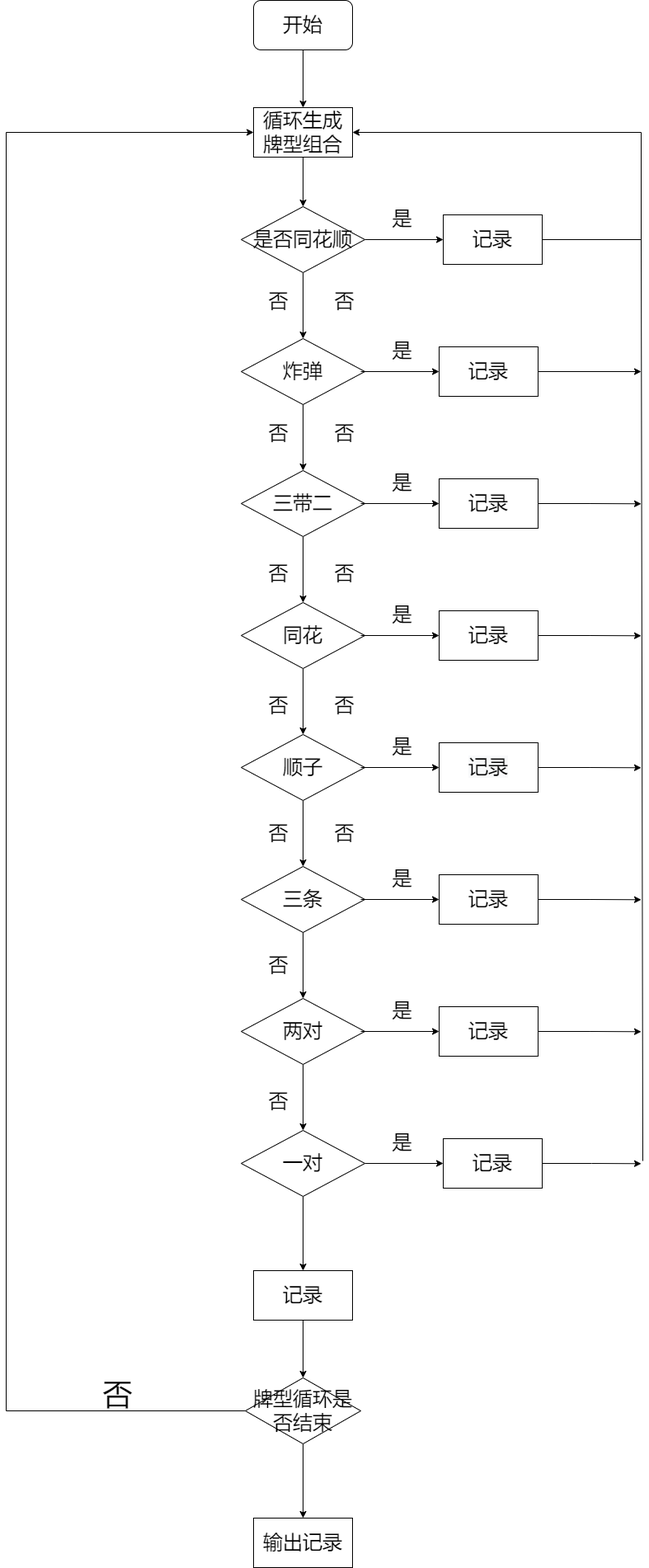
Above: Untitled Diagram.drawio.png in whitesweater/first_ (draw.io), before the change. Source tidied: cells renumbered, new cells last; positions are measured from the earlier drawing's top-left corner, leaving out a move shared by most shapes. The source it was exported from:
```xml
<mxGraphModel>
  <root>
    <mxCell id="0" />
    <mxCell id="1" parent="0" />
    <mxCell id="2" value="&lt;font style=&quot;font-size: 24px&quot;&gt;开始&lt;/font&gt;" style="rounded=1;whiteSpace=wrap;html=1;" parent="1" vertex="1">
      <mxGeometry x="300" width="120" height="60" as="geometry" />
    </mxCell>
    <mxCell id="3" style="endArrow=classic;html=1;rounded=0;fontSize=24;exitX=0.5;exitY=1;exitDx=0;exitDy=0;" parent="1" edge="1" source="2">
      <mxGeometry relative="1" as="geometry">
        <mxPoint x="360" y="130" as="targetPoint" />
      </mxGeometry>
    </mxCell>
    <mxCell id="4" value="循环生成牌型组合" style="rounded=0;whiteSpace=wrap;html=1;fontSize=24;" parent="1" vertex="1">
      <mxGeometry x="300" y="130" width="120" height="60" as="geometry" />
    </mxCell>
    <mxCell id="5" style="endArrow=classic;html=1;rounded=0;fontSize=24;exitX=0.5;exitY=1;exitDx=0;exitDy=0;" parent="1" edge="1" source="4">
      <mxGeometry relative="1" as="geometry">
        <mxPoint x="360" y="250" as="targetPoint" />
      </mxGeometry>
    </mxCell>
    <mxCell id="6" style="edgeStyle=orthogonalEdgeStyle;rounded=0;jettySize=auto;html=1;fontSize=24;" parent="1" edge="1" source="8" target="10">
      <mxGeometry relative="1" as="geometry" />
    </mxCell>
    <mxCell id="7" style="edgeStyle=orthogonalEdgeStyle;rounded=0;jettySize=auto;html=1;fontSize=24;" parent="1" edge="1" source="8" target="32">
      <mxGeometry relative="1" as="geometry" />
    </mxCell>
    <mxCell id="8" value="是否同花顺" style="rhombus;whiteSpace=wrap;html=1;fontSize=24;" parent="1" vertex="1">
      <mxGeometry x="285" y="250" width="150" height="80" as="geometry" />
    </mxCell>
    <mxCell id="9" style="edgeStyle=orthogonalEdgeStyle;rounded=0;jettySize=auto;html=1;fontSize=24;" parent="1" edge="1" source="10" target="12">
      <mxGeometry relative="1" as="geometry" />
    </mxCell>
    <mxCell id="10" value="炸弹" style="rhombus;whiteSpace=wrap;html=1;fontSize=24;" parent="1" vertex="1">
      <mxGeometry x="285" y="410" width="150" height="80" as="geometry" />
    </mxCell>
    <mxCell id="11" style="edgeStyle=orthogonalEdgeStyle;rounded=0;jettySize=auto;html=1;fontSize=24;" parent="1" edge="1" source="12" target="14">
      <mxGeometry relative="1" as="geometry" />
    </mxCell>
    <mxCell id="12" value="三带二" style="rhombus;whiteSpace=wrap;html=1;fontSize=24;" parent="1" vertex="1">
      <mxGeometry x="285" y="570" width="150" height="80" as="geometry" />
    </mxCell>
    <mxCell id="13" style="edgeStyle=orthogonalEdgeStyle;rounded=0;jettySize=auto;html=1;fontSize=24;" parent="1" edge="1" source="14" target="16">
      <mxGeometry relative="1" as="geometry" />
    </mxCell>
    <mxCell id="14" value="同花" style="rhombus;whiteSpace=wrap;html=1;fontSize=24;" parent="1" vertex="1">
      <mxGeometry x="285" y="730" width="150" height="80" as="geometry" />
    </mxCell>
    <mxCell id="15" style="edgeStyle=orthogonalEdgeStyle;rounded=0;jettySize=auto;html=1;fontSize=24;" parent="1" edge="1" source="16" target="18">
      <mxGeometry relative="1" as="geometry" />
    </mxCell>
    <mxCell id="16" value="顺子" style="rhombus;whiteSpace=wrap;html=1;fontSize=24;" parent="1" vertex="1">
      <mxGeometry x="285" y="890" width="150" height="80" as="geometry" />
    </mxCell>
    <mxCell id="17" style="edgeStyle=orthogonalEdgeStyle;rounded=0;jettySize=auto;html=1;fontSize=24;" parent="1" edge="1" source="18" target="20">
      <mxGeometry relative="1" as="geometry" />
    </mxCell>
    <mxCell id="18" value="三条" style="rhombus;whiteSpace=wrap;html=1;fontSize=24;" parent="1" vertex="1">
      <mxGeometry x="285" y="1050" width="150" height="80" as="geometry" />
    </mxCell>
    <mxCell id="19" style="edgeStyle=orthogonalEdgeStyle;rounded=0;jettySize=auto;html=1;fontSize=24;" parent="1" edge="1" source="20" target="23">
      <mxGeometry relative="1" as="geometry" />
    </mxCell>
    <mxCell id="20" value="两对" style="rhombus;whiteSpace=wrap;html=1;fontSize=24;" parent="1" vertex="1">
      <mxGeometry x="285" y="1210" width="150" height="80" as="geometry" />
    </mxCell>
    <mxCell id="21" style="edgeStyle=orthogonalEdgeStyle;rounded=0;jettySize=auto;html=1;fontSize=24;" parent="1" edge="1" source="23" target="52">
      <mxGeometry relative="1" as="geometry" />
    </mxCell>
    <mxCell id="22" style="edgeStyle=orthogonalEdgeStyle;rounded=0;jettySize=auto;html=1;fontSize=24;" parent="1" edge="1" source="23" target="62">
      <mxGeometry relative="1" as="geometry" />
    </mxCell>
    <mxCell id="23" value="一对" style="rhombus;whiteSpace=wrap;html=1;fontSize=24;" parent="1" vertex="1">
      <mxGeometry x="285" y="1370" width="150" height="80" as="geometry" />
    </mxCell>
    <mxCell id="24" value="否" style="text;html=1;align=center;verticalAlign=middle;strokeColor=none;fillColor=none;fontSize=24;" parent="1" vertex="1">
      <mxGeometry x="390" y="350" width="40" height="30" as="geometry" />
    </mxCell>
    <mxCell id="25" value="否" style="text;html=1;align=center;verticalAlign=middle;strokeColor=none;fillColor=none;fontSize=24;" parent="1" vertex="1">
      <mxGeometry x="390" y="510" width="40" height="30" as="geometry" />
    </mxCell>
    <mxCell id="26" value="否" style="text;html=1;align=center;verticalAlign=middle;strokeColor=none;fillColor=none;fontSize=24;" parent="1" vertex="1">
      <mxGeometry x="390" y="680" width="40" height="30" as="geometry" />
    </mxCell>
    <mxCell id="27" value="否" style="text;html=1;align=center;verticalAlign=middle;strokeColor=none;fillColor=none;fontSize=24;" parent="1" vertex="1">
      <mxGeometry x="390" y="840" width="40" height="30" as="geometry" />
    </mxCell>
    <mxCell id="28" value="否" style="text;html=1;align=center;verticalAlign=middle;strokeColor=none;fillColor=none;fontSize=24;" parent="1" vertex="1">
      <mxGeometry x="390" y="995" width="40" height="30" as="geometry" />
    </mxCell>
    <mxCell id="29" value="否" style="text;html=1;align=center;verticalAlign=middle;strokeColor=none;fillColor=none;fontSize=24;" parent="1" vertex="1">
      <mxGeometry x="310" y="1155" width="40" height="30" as="geometry" />
    </mxCell>
    <mxCell id="30" value="否" style="text;html=1;align=center;verticalAlign=middle;strokeColor=none;fillColor=none;fontSize=24;" parent="1" vertex="1">
      <mxGeometry x="310" y="1320" width="40" height="30" as="geometry" />
    </mxCell>
    <mxCell id="31" style="edgeStyle=orthogonalEdgeStyle;rounded=0;jettySize=auto;html=1;entryX=1;entryY=0.5;entryDx=0;entryDy=0;fontSize=36;" parent="1" edge="1" source="32" target="4">
      <mxGeometry relative="1" as="geometry">
        <Array as="points">
          <mxPoint x="770" y="290" />
          <mxPoint x="770" y="160" />
        </Array>
      </mxGeometry>
    </mxCell>
    <mxCell id="32" value="记录" style="whiteSpace=wrap;html=1;fontSize=24;" parent="1" vertex="1">
      <mxGeometry x="530" y="260" width="120" height="60" as="geometry" />
    </mxCell>
    <mxCell id="33" style="edgeStyle=orthogonalEdgeStyle;rounded=0;jettySize=auto;html=1;fontSize=24;" parent="1" edge="1" target="35">
      <mxGeometry relative="1" as="geometry">
        <mxPoint x="430" y="450" as="sourcePoint" />
      </mxGeometry>
    </mxCell>
    <mxCell id="34" style="edgeStyle=orthogonalEdgeStyle;rounded=0;jettySize=auto;html=1;exitX=1;exitY=0.5;exitDx=0;exitDy=0;fontSize=36;" parent="1" edge="1" source="35">
      <mxGeometry relative="1" as="geometry">
        <mxPoint x="770" y="450" as="targetPoint" />
      </mxGeometry>
    </mxCell>
    <mxCell id="35" value="&lt;span&gt;记录&lt;/span&gt;" style="whiteSpace=wrap;html=1;fontSize=24;" parent="1" vertex="1">
      <mxGeometry x="525" y="420" width="120" height="60" as="geometry" />
    </mxCell>
    <mxCell id="36" style="edgeStyle=orthogonalEdgeStyle;rounded=0;jettySize=auto;html=1;fontSize=24;" parent="1" edge="1" target="38">
      <mxGeometry relative="1" as="geometry">
        <mxPoint x="430" y="610" as="sourcePoint" />
      </mxGeometry>
    </mxCell>
    <mxCell id="37" style="edgeStyle=orthogonalEdgeStyle;rounded=0;jettySize=auto;html=1;exitX=1;exitY=0.5;exitDx=0;exitDy=0;fontSize=36;" parent="1" edge="1" source="38">
      <mxGeometry relative="1" as="geometry">
        <mxPoint x="770" y="610.3" as="targetPoint" />
      </mxGeometry>
    </mxCell>
    <mxCell id="38" value="&lt;span&gt;记录&lt;/span&gt;" style="whiteSpace=wrap;html=1;fontSize=24;" parent="1" vertex="1">
      <mxGeometry x="525" y="580" width="120" height="60" as="geometry" />
    </mxCell>
    <mxCell id="39" style="edgeStyle=orthogonalEdgeStyle;rounded=0;jettySize=auto;html=1;fontSize=24;" parent="1" edge="1" target="41">
      <mxGeometry relative="1" as="geometry">
        <mxPoint x="430" y="770" as="sourcePoint" />
      </mxGeometry>
    </mxCell>
    <mxCell id="40" style="edgeStyle=orthogonalEdgeStyle;rounded=0;jettySize=auto;html=1;exitX=1;exitY=0.5;exitDx=0;exitDy=0;fontSize=36;" parent="1" edge="1" source="41">
      <mxGeometry relative="1" as="geometry">
        <mxPoint x="770" y="770.3" as="targetPoint" />
      </mxGeometry>
    </mxCell>
    <mxCell id="41" value="&lt;span&gt;记录&lt;/span&gt;" style="whiteSpace=wrap;html=1;fontSize=24;" parent="1" vertex="1">
      <mxGeometry x="525" y="740" width="120" height="60" as="geometry" />
    </mxCell>
    <mxCell id="42" style="edgeStyle=orthogonalEdgeStyle;rounded=0;jettySize=auto;html=1;fontSize=24;" parent="1" edge="1" target="44">
      <mxGeometry relative="1" as="geometry">
        <mxPoint x="430" y="930" as="sourcePoint" />
      </mxGeometry>
    </mxCell>
    <mxCell id="43" style="edgeStyle=orthogonalEdgeStyle;rounded=0;jettySize=auto;html=1;exitX=1;exitY=0.5;exitDx=0;exitDy=0;fontSize=36;" parent="1" edge="1" source="44">
      <mxGeometry relative="1" as="geometry">
        <mxPoint x="770" y="930.3" as="targetPoint" />
      </mxGeometry>
    </mxCell>
    <mxCell id="44" value="&#10;&#10;&lt;span style=&quot;color: rgb(0, 0, 0); font-family: helvetica; font-size: 24px; font-style: normal; font-weight: 400; letter-spacing: normal; text-align: center; text-indent: 0px; text-transform: none; word-spacing: 0px; background-color: rgb(248, 249, 250); display: inline; float: none;&quot;&gt;记录&lt;/span&gt;&#10;&#10;" style="whiteSpace=wrap;html=1;fontSize=24;" parent="1" vertex="1">
      <mxGeometry x="525" y="900" width="120" height="60" as="geometry" />
    </mxCell>
    <mxCell id="45" style="edgeStyle=orthogonalEdgeStyle;rounded=0;jettySize=auto;html=1;fontSize=24;" parent="1" edge="1" target="47">
      <mxGeometry relative="1" as="geometry">
        <mxPoint x="430" y="1090" as="sourcePoint" />
      </mxGeometry>
    </mxCell>
    <mxCell id="46" style="edgeStyle=orthogonalEdgeStyle;rounded=0;jettySize=auto;html=1;exitX=1;exitY=0.5;exitDx=0;exitDy=0;fontSize=36;" parent="1" edge="1" source="47">
      <mxGeometry relative="1" as="geometry">
        <mxPoint x="770" y="1090.3" as="targetPoint" />
      </mxGeometry>
    </mxCell>
    <mxCell id="47" value="&lt;span&gt;记录&lt;/span&gt;" style="whiteSpace=wrap;html=1;fontSize=24;" parent="1" vertex="1">
      <mxGeometry x="525" y="1060" width="120" height="60" as="geometry" />
    </mxCell>
    <mxCell id="48" style="edgeStyle=orthogonalEdgeStyle;rounded=0;jettySize=auto;html=1;fontSize=24;" parent="1" edge="1" target="50">
      <mxGeometry relative="1" as="geometry">
        <mxPoint x="430" y="1250" as="sourcePoint" />
      </mxGeometry>
    </mxCell>
    <mxCell id="49" style="edgeStyle=orthogonalEdgeStyle;rounded=0;jettySize=auto;html=1;exitX=1;exitY=0.5;exitDx=0;exitDy=0;fontSize=36;" parent="1" edge="1" source="50">
      <mxGeometry relative="1" as="geometry">
        <mxPoint x="770" y="1250.3" as="targetPoint" />
      </mxGeometry>
    </mxCell>
    <mxCell id="50" value="&lt;span&gt;记录&lt;/span&gt;" style="whiteSpace=wrap;html=1;fontSize=24;" parent="1" vertex="1">
      <mxGeometry x="525" y="1220" width="120" height="60" as="geometry" />
    </mxCell>
    <mxCell id="51" style="edgeStyle=orthogonalEdgeStyle;rounded=0;jettySize=auto;html=1;exitX=1;exitY=0.5;exitDx=0;exitDy=0;fontSize=36;" parent="1" edge="1" source="52">
      <mxGeometry relative="1" as="geometry">
        <mxPoint x="770" y="1410.3" as="targetPoint" />
      </mxGeometry>
    </mxCell>
    <mxCell id="52" value="&lt;span&gt;记录&lt;/span&gt;" style="whiteSpace=wrap;html=1;fontSize=24;" parent="1" vertex="1">
      <mxGeometry x="530" y="1380" width="120" height="60" as="geometry" />
    </mxCell>
    <mxCell id="53" value="是" style="text;html=1;align=center;verticalAlign=middle;strokeColor=none;fillColor=none;fontSize=24;" parent="1" vertex="1">
      <mxGeometry x="460" y="250" width="40" height="30" as="geometry" />
    </mxCell>
    <mxCell id="54" value="是" style="text;html=1;align=center;verticalAlign=middle;strokeColor=none;fillColor=none;fontSize=24;" parent="1" vertex="1">
      <mxGeometry x="460" y="410" width="40" height="30" as="geometry" />
    </mxCell>
    <mxCell id="55" value="是" style="text;html=1;align=center;verticalAlign=middle;strokeColor=none;fillColor=none;fontSize=24;" parent="1" vertex="1">
      <mxGeometry x="460" y="570" width="40" height="30" as="geometry" />
    </mxCell>
    <mxCell id="56" value="是" style="text;html=1;align=center;verticalAlign=middle;strokeColor=none;fillColor=none;fontSize=24;" parent="1" vertex="1">
      <mxGeometry x="460" y="730" width="40" height="30" as="geometry" />
    </mxCell>
    <mxCell id="57" value="是" style="text;html=1;align=center;verticalAlign=middle;strokeColor=none;fillColor=none;fontSize=24;" parent="1" vertex="1">
      <mxGeometry x="460" y="890" width="40" height="30" as="geometry" />
    </mxCell>
    <mxCell id="58" value="是" style="text;html=1;align=center;verticalAlign=middle;strokeColor=none;fillColor=none;fontSize=24;" parent="1" vertex="1">
      <mxGeometry x="460" y="1050" width="40" height="30" as="geometry" />
    </mxCell>
    <mxCell id="59" value="是" style="text;html=1;align=center;verticalAlign=middle;strokeColor=none;fillColor=none;fontSize=24;" parent="1" vertex="1">
      <mxGeometry x="460" y="1210" width="40" height="30" as="geometry" />
    </mxCell>
    <mxCell id="60" value="是" style="text;html=1;align=center;verticalAlign=middle;strokeColor=none;fillColor=none;fontSize=24;" parent="1" vertex="1">
      <mxGeometry x="460" y="1370" width="40" height="30" as="geometry" />
    </mxCell>
    <mxCell id="61" style="edgeStyle=orthogonalEdgeStyle;rounded=0;jettySize=auto;html=1;fontSize=24;" parent="1" edge="1" source="62" target="65">
      <mxGeometry relative="1" as="geometry" />
    </mxCell>
    <mxCell id="62" value="记录" style="whiteSpace=wrap;html=1;fontSize=24;" parent="1" vertex="1">
      <mxGeometry x="300" y="1540" width="120" height="60" as="geometry" />
    </mxCell>
    <mxCell id="63" style="edgeStyle=orthogonalEdgeStyle;rounded=0;jettySize=auto;html=1;exitX=0;exitY=0.5;exitDx=0;exitDy=0;entryX=0;entryY=0.5;entryDx=0;entryDy=0;fontSize=24;" parent="1" edge="1" source="65" target="4">
      <mxGeometry relative="1" as="geometry">
        <Array as="points">
          <mxPoint y="1710" />
          <mxPoint y="160" />
        </Array>
      </mxGeometry>
    </mxCell>
    <mxCell id="64" style="edgeStyle=orthogonalEdgeStyle;rounded=0;jettySize=auto;html=1;fontSize=36;" parent="1" edge="1" source="65" target="67">
      <mxGeometry relative="1" as="geometry" />
    </mxCell>
    <mxCell id="65" value="牌型循环是否结束" style="rhombus;whiteSpace=wrap;html=1;fontSize=24;" parent="1" vertex="1">
      <mxGeometry x="290" y="1670" width="140" height="80" as="geometry" />
    </mxCell>
    <mxCell id="66" value="&lt;font style=&quot;font-size: 36px&quot;&gt;否&lt;/font&gt;" style="text;html=1;align=center;verticalAlign=middle;strokeColor=none;fillColor=none;fontSize=24;" parent="1" vertex="1">
      <mxGeometry x="110" y="1670" width="50" height="40" as="geometry" />
    </mxCell>
    <mxCell id="67" value="输出记录" style="whiteSpace=wrap;html=1;fontSize=24;" parent="1" vertex="1">
      <mxGeometry x="300" y="1840" width="120" height="60" as="geometry" />
    </mxCell>
    <mxCell id="68" style="endArrow=none;html=1;rounded=0;fontSize=36;" parent="1" edge="1">
      <mxGeometry relative="1" as="geometry">
        <mxPoint x="772" y="1407" as="sourcePoint" />
        <mxPoint x="770" y="288.6" as="targetPoint" />
      </mxGeometry>
    </mxCell>
    <mxCell id="69" value="否" style="text;html=1;align=center;verticalAlign=middle;strokeColor=none;fillColor=none;fontSize=24;" parent="1" vertex="1">
      <mxGeometry x="310" y="350" width="40" height="30" as="geometry" />
    </mxCell>
    <mxCell id="70" value="否" style="text;html=1;align=center;verticalAlign=middle;strokeColor=none;fillColor=none;fontSize=24;" parent="1" vertex="1">
      <mxGeometry x="310" y="510" width="40" height="30" as="geometry" />
    </mxCell>
    <mxCell id="71" value="否" style="text;html=1;align=center;verticalAlign=middle;strokeColor=none;fillColor=none;fontSize=24;" parent="1" vertex="1">
      <mxGeometry x="310" y="680" width="40" height="30" as="geometry" />
    </mxCell>
    <mxCell id="72" value="否" style="text;html=1;align=center;verticalAlign=middle;strokeColor=none;fillColor=none;fontSize=24;" parent="1" vertex="1">
      <mxGeometry x="310" y="840" width="40" height="30" as="geometry" />
    </mxCell>
    <mxCell id="73" value="否" style="text;html=1;align=center;verticalAlign=middle;strokeColor=none;fillColor=none;fontSize=24;" parent="1" vertex="1">
      <mxGeometry x="310" y="995" width="40" height="30" as="geometry" />
    </mxCell>
  </root>
</mxGraphModel>
```
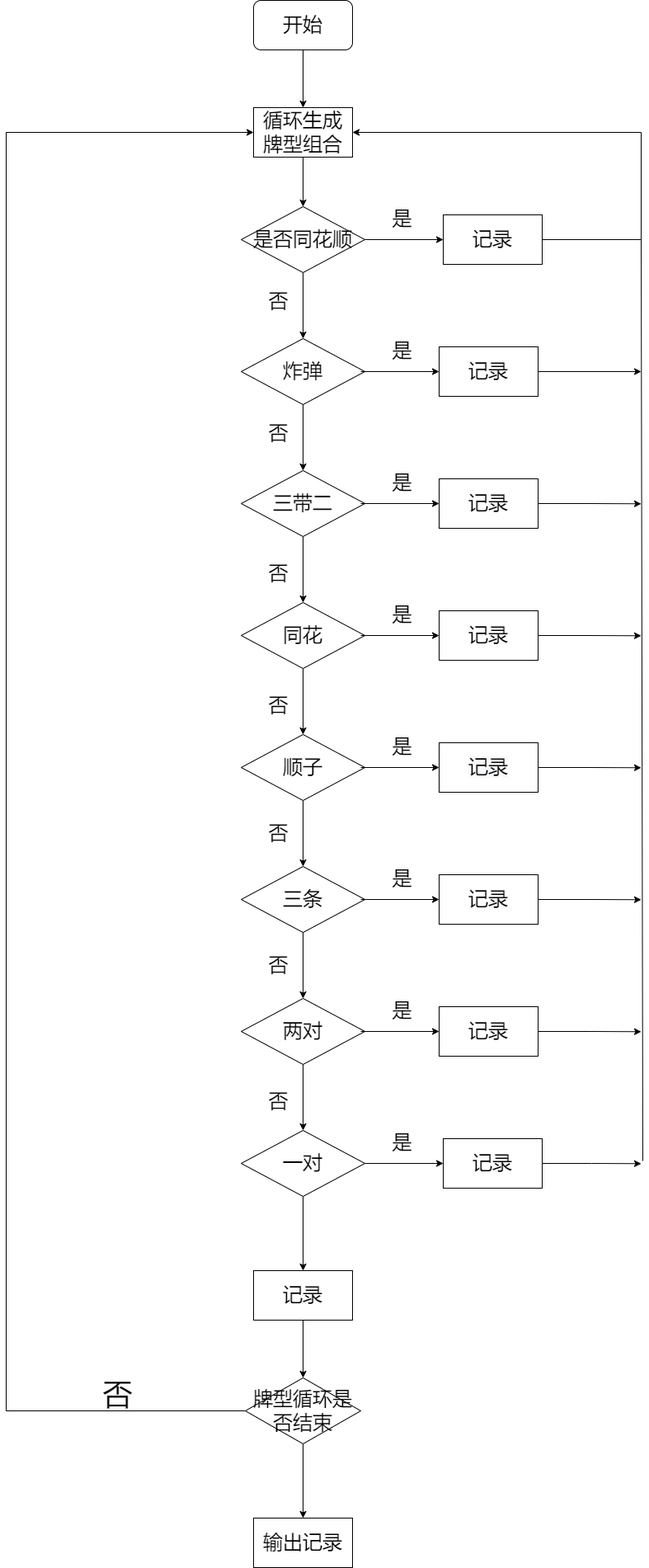
Later version of the same file.

Change to the diagram source:
```diff
@@ -72,21 +72,6 @@
     <mxCell id="23" value="一对" style="rhombus;whiteSpace=wrap;html=1;fontSize=24;" parent="1" vertex="1">
       <mxGeometry x="285" y="1370" width="150" height="80" as="geometry" />
     </mxCell>
-    <mxCell id="24" value="否" style="text;html=1;align=center;verticalAlign=middle;strokeColor=none;fillColor=none;fontSize=24;" parent="1" vertex="1">
-      <mxGeometry x="390" y="350" width="40" height="30" as="geometry" />
-    </mxCell>
-    <mxCell id="25" value="否" style="text;html=1;align=center;verticalAlign=middle;strokeColor=none;fillColor=none;fontSize=24;" parent="1" vertex="1">
-      <mxGeometry x="390" y="510" width="40" height="30" as="geometry" />
-    </mxCell>
-    <mxCell id="26" value="否" style="text;html=1;align=center;verticalAlign=middle;strokeColor=none;fillColor=none;fontSize=24;" parent="1" vertex="1">
-      <mxGeometry x="390" y="680" width="40" height="30" as="geometry" />
-    </mxCell>
-    <mxCell id="27" value="否" style="text;html=1;align=center;verticalAlign=middle;strokeColor=none;fillColor=none;fontSize=24;" parent="1" vertex="1">
-      <mxGeometry x="390" y="840" width="40" height="30" as="geometry" />
-    </mxCell>
-    <mxCell id="28" value="否" style="text;html=1;align=center;verticalAlign=middle;strokeColor=none;fillColor=none;fontSize=24;" parent="1" vertex="1">
-      <mxGeometry x="390" y="995" width="40" height="30" as="geometry" />
-    </mxCell>
     <mxCell id="29" value="否" style="text;html=1;align=center;verticalAlign=middle;strokeColor=none;fillColor=none;fontSize=24;" parent="1" vertex="1">
       <mxGeometry x="310" y="1155" width="40" height="30" as="geometry" />
     </mxCell>
@@ -246,6 +231,12 @@
         <mxPoint x="770" y="288.6" as="targetPoint" />
       </mxGeometry>
     </mxCell>
+    <mxCell id="72" value="否" style="text;html=1;align=center;verticalAlign=middle;strokeColor=none;fillColor=none;fontSize=24;" parent="1" vertex="1">
+      <mxGeometry x="310" y="840" width="40" height="30" as="geometry" />
+    </mxCell>
+    <mxCell id="73" value="否" style="text;html=1;align=center;verticalAlign=middle;strokeColor=none;fillColor=none;fontSize=24;" parent="1" vertex="1">
+      <mxGeometry x="310" y="995" width="40" height="30" as="geometry" />
+    </mxCell>
     <mxCell id="69" value="否" style="text;html=1;align=center;verticalAlign=middle;strokeColor=none;fillColor=none;fontSize=24;" parent="1" vertex="1">
       <mxGeometry x="310" y="350" width="40" height="30" as="geometry" />
     </mxCell>
@@ -255,11 +246,5 @@
     <mxCell id="71" value="否" style="text;html=1;align=center;verticalAlign=middle;strokeColor=none;fillColor=none;fontSize=24;" parent="1" vertex="1">
       <mxGeometry x="310" y="680" width="40" height="30" as="geometry" />
     </mxCell>
-    <mxCell id="72" value="否" style="text;html=1;align=center;verticalAlign=middle;strokeColor=none;fillColor=none;fontSize=24;" parent="1" vertex="1">
-      <mxGeometry x="310" y="840" width="40" height="30" as="geometry" />
-    </mxCell>
-    <mxCell id="73" value="否" style="text;html=1;align=center;verticalAlign=middle;strokeColor=none;fillColor=none;fontSize=24;" parent="1" vertex="1">
-      <mxGeometry x="310" y="995" width="40" height="30" as="geometry" />
-    </mxCell>
   </root>
 </mxGraphModel>
```
